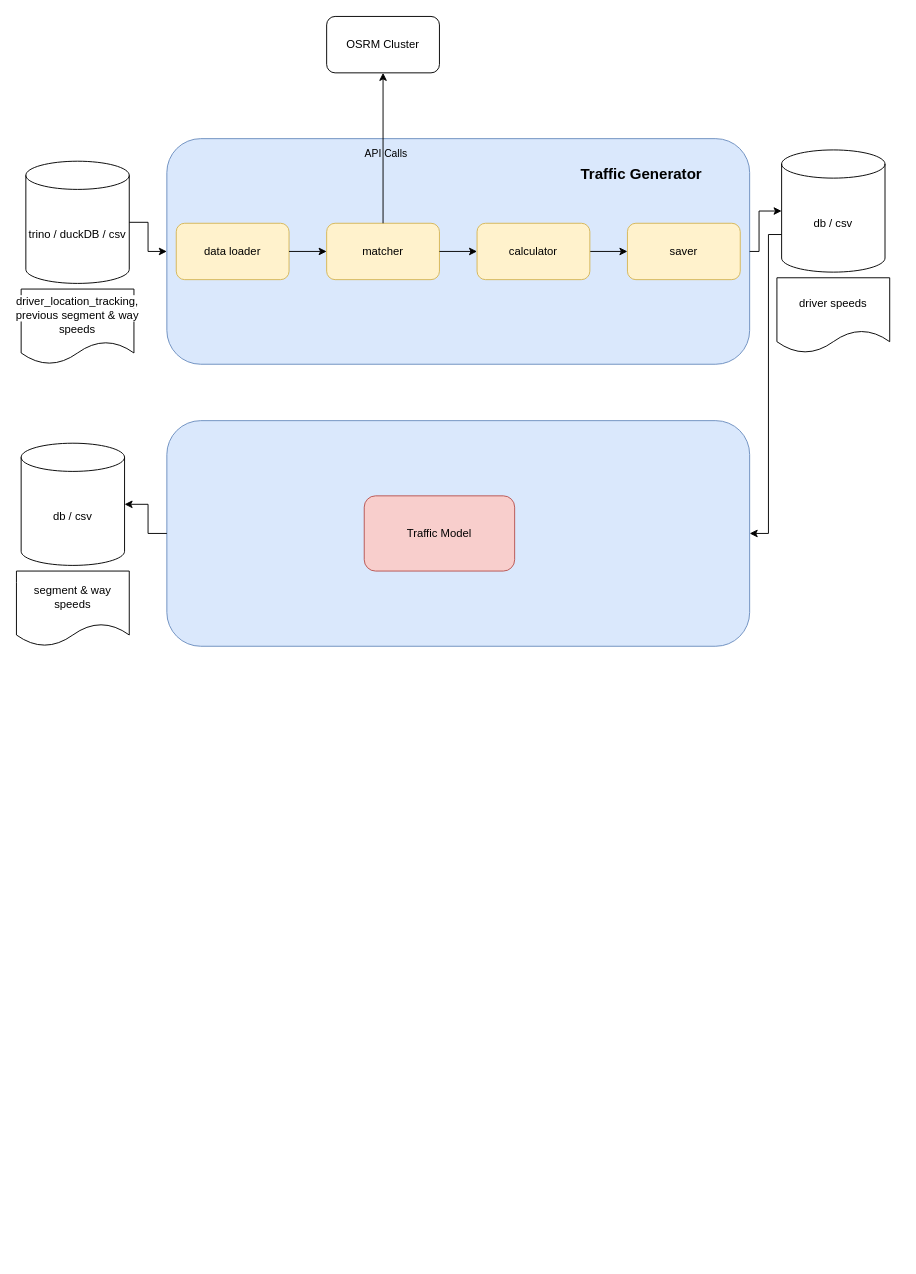
Before: 未命名绘图.drawio in fenwuyaoji/learngit, a draw.io diagram. Source tidied: cells renumbered, new cells numbered last; positions are measured from the earlier drawing's top-left corner, leaving out a move shared by most shapes. Both pictures are drawn from the tidied source at 94%, with x=0, y=0 at pixel (16, 16).
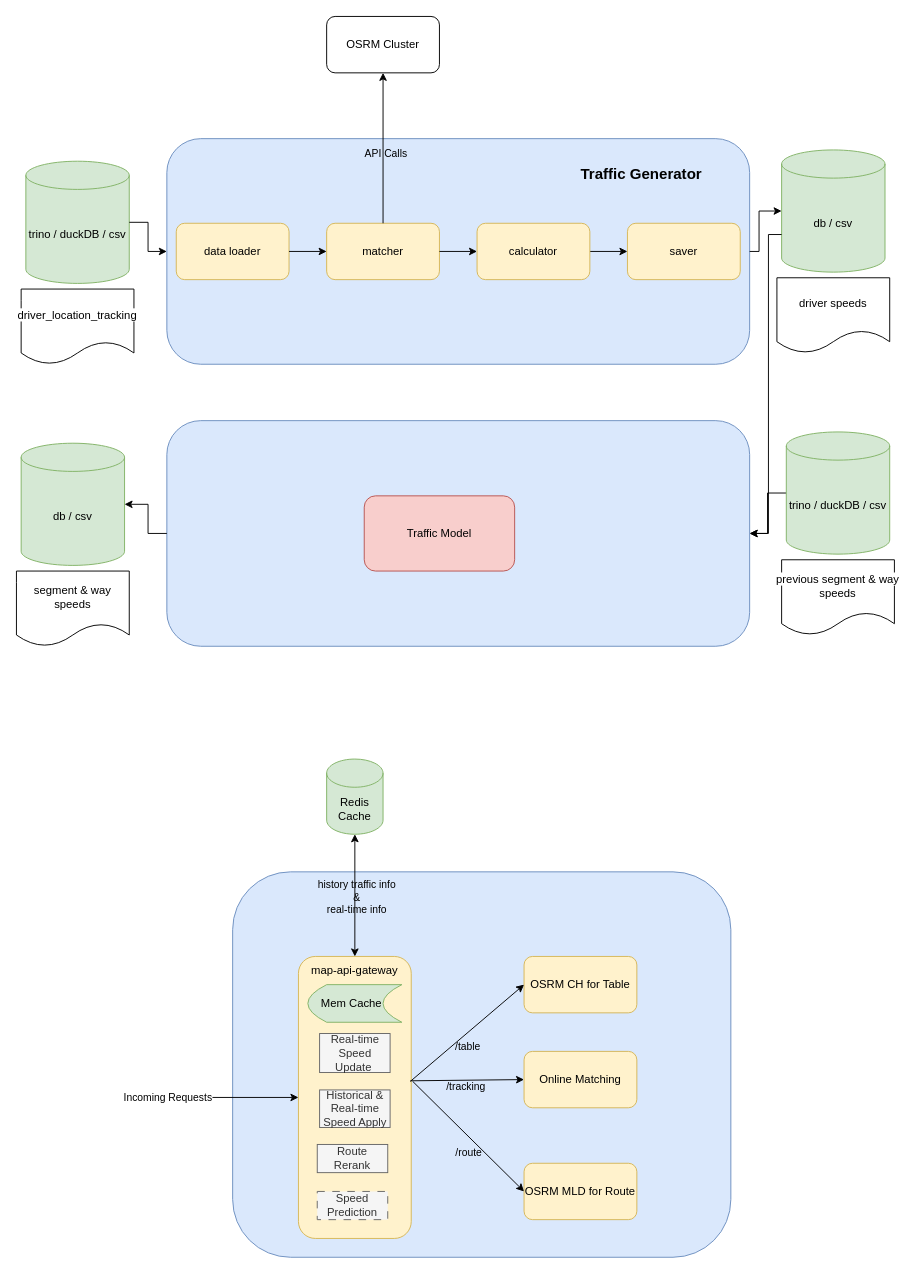
The same diagram, later.

Commit message:
更新未命名绘图.drawio

Unchanged cells that the change refers to:
```xml
<mxCell id="17" style="rounded=1;whiteSpace=wrap;html=1;fillColor=#dae8fc;strokeColor=#6c8ebf;" parent="1" vertex="1">
  <mxGeometry x="160" y="430" width="620" height="240" as="geometry" />
</mxCell>
```

The edit, as a diff of the source:
```diff
@@
-    <mxCell id="2" value="trino / duckDB / csv" style="shape=cylinder3;whiteSpace=wrap;html=1;boundedLbl=1;backgroundOutline=1;size=15;" parent="1" vertex="1">
+    <mxCell id="2" value="trino / duckDB / csv" style="shape=cylinder3;whiteSpace=wrap;html=1;boundedLbl=1;backgroundOutline=1;size=15;fillColor=#d5e8d4;strokeColor=#82b366;" parent="1" vertex="1">
       <mxGeometry x="10" y="154" width="110" height="130" as="geometry" />
     </mxCell>
-    <mxCell id="3" value="&lt;font face=&quot;Helvetica&quot; style=&quot;font-size: 12px;&quot;&gt;&lt;span style=&quot;background-color: rgb(255, 255, 255);&quot;&gt;driver_location_tracking,&lt;/span&gt;&lt;/font&gt;&lt;div&gt;&lt;font face=&quot;Helvetica&quot; style=&quot;font-size: 12px;&quot;&gt;&lt;span style=&quot;background-color: rgb(255, 255, 255);&quot;&gt;previous&amp;nbsp;&lt;/span&gt;&lt;/font&gt;&lt;font face=&quot;Helvetica&quot;&gt;&lt;span style=&quot;background-color: rgb(255, 255, 255);&quot;&gt;segment&amp;nbsp;&lt;/span&gt;&lt;/font&gt;&lt;span style=&quot;color: light-dark(rgb(0, 0, 0), rgb(255, 255, 255)); background-color: light-dark(rgb(255, 255, 255), rgb(18, 18, 18));&quot;&gt;&amp;amp;&amp;nbsp;&lt;/span&gt;&lt;span style=&quot;color: light-dark(rgb(0, 0, 0), rgb(255, 255, 255)); background-color: light-dark(rgb(255, 255, 255), rgb(18, 18, 18));&quot;&gt;way speeds&lt;/span&gt;&lt;/div&gt;" style="shape=document;whiteSpace=wrap;html=1;boundedLbl=1;" parent="1" vertex="1">
+    <mxCell id="3" value="&lt;font face=&quot;Helvetica&quot; style=&quot;font-size: 12px;&quot;&gt;&lt;span style=&quot;background-color: rgb(255, 255, 255);&quot;&gt;driver_location_tracking&lt;/span&gt;&lt;/font&gt;" style="shape=document;whiteSpace=wrap;html=1;boundedLbl=1;" parent="1" vertex="1">
       <mxGeometry x="5" y="290" width="120" height="80" as="geometry" />
     </mxCell>
@@
-    <mxCell id="15" value="db / csv" style="shape=cylinder3;whiteSpace=wrap;html=1;boundedLbl=1;backgroundOutline=1;size=15;" parent="1" vertex="1">
+    <mxCell id="15" value="db / csv" style="shape=cylinder3;whiteSpace=wrap;html=1;boundedLbl=1;backgroundOutline=1;size=15;fillColor=#d5e8d4;strokeColor=#82b366;" parent="1" vertex="1">
       <mxGeometry x="814" y="142" width="110" height="130" as="geometry" />
     </mxCell>
@@
-    <mxCell id="22" value="db / csv" style="shape=cylinder3;whiteSpace=wrap;html=1;boundedLbl=1;backgroundOutline=1;size=15;" parent="1" vertex="1">
+    <mxCell id="22" value="db / csv" style="shape=cylinder3;whiteSpace=wrap;html=1;boundedLbl=1;backgroundOutline=1;size=15;fillColor=#d5e8d4;strokeColor=#82b366;" parent="1" vertex="1">
       <mxGeometry x="5" y="454" width="110" height="130" as="geometry" />
     </mxCell>
@@
+    <mxCell id="26" style="edgeStyle=orthogonalEdgeStyle;rounded=0;jettySize=auto;html=1;entryX=1;entryY=0.5;entryDx=0;entryDy=0;" parent="1" edge="1" source="27" target="17">
+      <mxGeometry relative="1" as="geometry" />
+    </mxCell>
+    <mxCell id="27" value="trino / duckDB / csv" style="shape=cylinder3;whiteSpace=wrap;html=1;boundedLbl=1;backgroundOutline=1;size=15;fillColor=#d5e8d4;strokeColor=#82b366;" parent="1" vertex="1">
+      <mxGeometry x="819" y="442" width="110" height="130" as="geometry" />
+    </mxCell>
+    <mxCell id="28" value="&lt;div&gt;&lt;font face=&quot;Helvetica&quot; style=&quot;font-size: 12px;&quot;&gt;&lt;span style=&quot;background-color: rgb(255, 255, 255);&quot;&gt;previous&amp;nbsp;&lt;/span&gt;&lt;/font&gt;&lt;font face=&quot;Helvetica&quot;&gt;&lt;span style=&quot;background-color: rgb(255, 255, 255);&quot;&gt;segment&amp;nbsp;&lt;/span&gt;&lt;/font&gt;&lt;span style=&quot;color: light-dark(rgb(0, 0, 0), rgb(255, 255, 255)); background-color: light-dark(rgb(255, 255, 255), rgb(18, 18, 18));&quot;&gt;&amp;amp;&amp;nbsp;&lt;/span&gt;&lt;span style=&quot;color: light-dark(rgb(0, 0, 0), rgb(255, 255, 255)); background-color: light-dark(rgb(255, 255, 255), rgb(18, 18, 18));&quot;&gt;way speeds&lt;/span&gt;&lt;/div&gt;" style="shape=document;whiteSpace=wrap;html=1;boundedLbl=1;" parent="1" vertex="1">
+      <mxGeometry x="814" y="578" width="120" height="80" as="geometry" />
+    </mxCell>
+    <mxCell id="29" style="rounded=1;whiteSpace=wrap;html=1;fillColor=#dae8fc;strokeColor=#6c8ebf;" parent="1" vertex="1">
+      <mxGeometry x="230" y="910" width="530" height="410" as="geometry" />
+    </mxCell>
+    <mxCell id="30" style="rounded=1;whiteSpace=wrap;html=1;fillColor=#fff2cc;strokeColor=#d6b656;" parent="1" vertex="1">
+      <mxGeometry x="300" y="1000" width="120" height="300" as="geometry" />
+    </mxCell>
+    <mxCell id="31" value="OSRM&lt;span style=&quot;background-color: transparent; color: light-dark(rgb(0, 0, 0), rgb(255, 255, 255));&quot;&gt;&amp;nbsp;CH for Table&lt;/span&gt;" style="rounded=1;whiteSpace=wrap;html=1;fillColor=#fff2cc;strokeColor=#d6b656;" parent="1" vertex="1">
+      <mxGeometry x="540" y="1000" width="120" height="60" as="geometry" />
+    </mxCell>
+    <mxCell id="32" value="OSRM&lt;span style=&quot;background-color: transparent; color: light-dark(rgb(0, 0, 0), rgb(255, 255, 255));&quot;&gt;&amp;nbsp;MLD for Route&lt;/span&gt;" style="rounded=1;whiteSpace=wrap;html=1;fillColor=#fff2cc;strokeColor=#d6b656;" parent="1" vertex="1">
+      <mxGeometry x="540" y="1220" width="120" height="60" as="geometry" />
+    </mxCell>
+    <mxCell id="33" value="Redis Cache" style="shape=cylinder3;whiteSpace=wrap;html=1;boundedLbl=1;backgroundOutline=1;size=15;fillColor=#d5e8d4;strokeColor=#82b366;" parent="1" vertex="1">
+      <mxGeometry x="330" y="790" width="60" height="80" as="geometry" />
+    </mxCell>
+    <mxCell id="34" value="Mem Cache&amp;nbsp;&amp;nbsp;" style="shape=dataStorage;whiteSpace=wrap;html=1;fixedSize=1;fillColor=#d5e8d4;strokeColor=#82b366;" parent="1" vertex="1">
+      <mxGeometry x="310" y="1030" width="100" height="40" as="geometry" />
+    </mxCell>
+    <mxCell id="35" style="endArrow=classic;startArrow=classic;html=1;rounded=0;exitX=0.5;exitY=0;exitDx=0;exitDy=0;" parent="1" edge="1" source="30">
+      <mxGeometry relative="1" as="geometry">
+        <mxPoint x="360" y="870" as="targetPoint" />
+      </mxGeometry>
+    </mxCell>
+    <mxCell id="36" value="history traffic info&lt;br&gt;&amp;amp;&lt;br&gt;real-time info" style="edgeLabel;html=1;align=center;verticalAlign=middle;labelBackgroundColor=none;" parent="35" vertex="1">
+      <mxGeometry x="-0.02" y="-1" relative="1" as="geometry" />
+    </mxCell>
+    <mxCell id="37" style="endArrow=classic;html=1;rounded=0;entryX=0;entryY=0.5;entryDx=0;entryDy=0;exitX=0.992;exitY=0.443;exitDx=0;exitDy=0;exitPerimeter=0;" parent="1" edge="1" source="30" target="31">
+      <mxGeometry relative="1" as="geometry" />
+    </mxCell>
+    <mxCell id="38" value="/table" style="edgeLabel;html=1;align=center;verticalAlign=middle;labelBackgroundColor=none;" parent="37" vertex="1">
+      <mxGeometry x="-0.04" y="1" relative="1" as="geometry">
+        <mxPoint x="3" y="13" as="offset" />
+      </mxGeometry>
+    </mxCell>
+    <mxCell id="39" style="endArrow=classic;html=1;rounded=0;entryX=0;entryY=0.5;entryDx=0;entryDy=0;exitX=1.013;exitY=0.443;exitDx=0;exitDy=0;exitPerimeter=0;" parent="1" edge="1" source="30" target="32">
+      <mxGeometry relative="1" as="geometry" />
+    </mxCell>
+    <mxCell id="40" value="/route" style="edgeLabel;html=1;align=center;verticalAlign=middle;labelBackgroundColor=none;" parent="39" vertex="1">
+      <mxGeometry x="-0.13" y="-1" relative="1" as="geometry">
+        <mxPoint x="8" y="24" as="offset" />
+      </mxGeometry>
+    </mxCell>
+    <mxCell id="41" style="endArrow=classic;html=1;rounded=0;entryX=0;entryY=0.5;entryDx=0;entryDy=0;" parent="1" edge="1" target="30">
+      <mxGeometry relative="1" as="geometry">
+        <mxPoint x="120" y="1150" as="sourcePoint" />
+      </mxGeometry>
+    </mxCell>
+    <mxCell id="42" value="Incoming Requests" style="edgeLabel;html=1;align=center;verticalAlign=middle;" parent="41" vertex="1">
+      <mxGeometry x="-0.29" y="1" relative="1" as="geometry">
+        <mxPoint x="-24" as="offset" />
+      </mxGeometry>
+    </mxCell>
+    <mxCell id="43" value="map-api-gateway" style="text;html=1;align=center;verticalAlign=middle;whiteSpace=wrap;rounded=0;" parent="1" vertex="1">
+      <mxGeometry x="300" y="1000" width="120" height="30" as="geometry" />
+    </mxCell>
+    <mxCell id="44" value="Historical &amp;amp; Real-time Speed Apply" style="rounded=0;whiteSpace=wrap;html=1;fillColor=#f5f5f5;fontColor=#333333;strokeColor=#666666;" parent="1" vertex="1">
+      <mxGeometry x="322.5" y="1142" width="75" height="40" as="geometry" />
+    </mxCell>
+    <mxCell id="45" value="Route Rerank" style="rounded=0;whiteSpace=wrap;html=1;fillColor=#f5f5f5;fontColor=#333333;strokeColor=#666666;" parent="1" vertex="1">
+      <mxGeometry x="320" y="1200" width="75" height="30" as="geometry" />
+    </mxCell>
+    <mxCell id="46" value="Online Matching" style="rounded=1;whiteSpace=wrap;html=1;fillColor=#fff2cc;strokeColor=#d6b656;" parent="1" vertex="1">
+      <mxGeometry x="540" y="1101" width="120" height="60" as="geometry" />
+    </mxCell>
+    <mxCell id="47" style="endArrow=classic;html=1;rounded=0;entryX=0;entryY=0.5;entryDx=0;entryDy=0;exitX=0.992;exitY=0.441;exitDx=0;exitDy=0;exitPerimeter=0;" parent="1" edge="1" source="30" target="46">
+      <mxGeometry relative="1" as="geometry" />
+    </mxCell>
+    <mxCell id="48" value="/tracking" style="edgeLabel;html=1;align=center;verticalAlign=middle;labelBackgroundColor=none;" parent="47" vertex="1">
+      <mxGeometry x="-0.04" y="1" relative="1" as="geometry">
+        <mxPoint y="8" as="offset" />
+      </mxGeometry>
+    </mxCell>
+    <mxCell id="49" value="Real-time Speed Update&amp;nbsp;" style="rounded=0;whiteSpace=wrap;html=1;fillColor=#f5f5f5;fontColor=#333333;strokeColor=#666666;" parent="1" vertex="1">
+      <mxGeometry x="322.5" y="1082" width="75" height="41.5" as="geometry" />
+    </mxCell>
+    <mxCell id="50" value="Speed Prediction" style="rounded=0;whiteSpace=wrap;html=1;fillColor=#f5f5f5;fontColor=#333333;strokeColor=#666666;dashed=1;dashPattern=8 8;" parent="1" vertex="1">
+      <mxGeometry x="320" y="1250" width="75" height="30" as="geometry" />
+    </mxCell>
```
